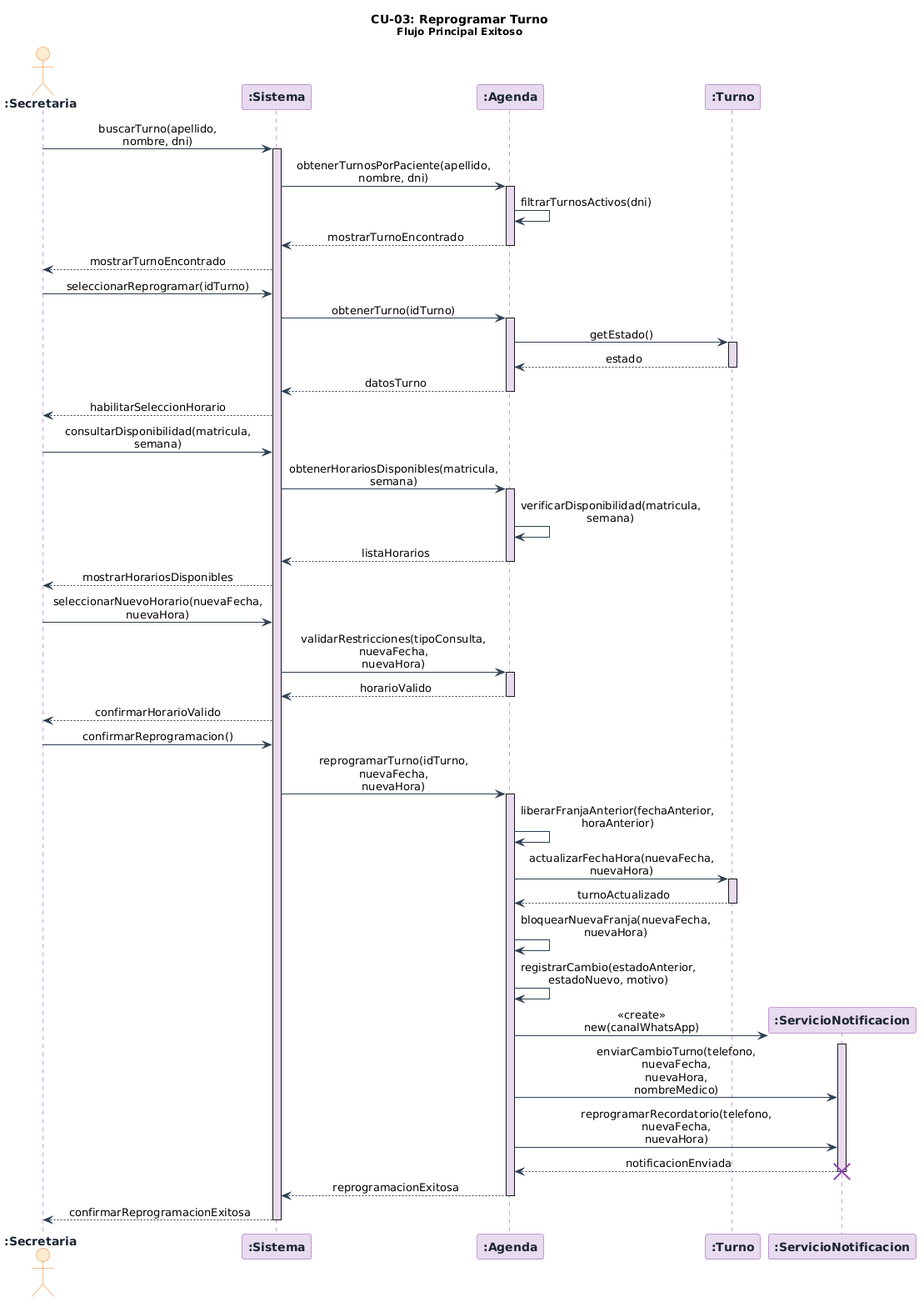
Earlier version of the PlantUML export diagramas/05-diagramas-secuencia/05-secuencia-cu-reprogramar-turno-reprogramar-turno-flujo-principal-03.png (angelgc9107-lgtm/SistemaTurnosMedicos_GP6). Source of this version:
```plantuml
@startuml
skinparam sequenceMessageAlign center
skinparam responseMessageBelowArrow true
skinparam maxMessageSize 160
skinparam sequence {
    ArrowColor          #2C3E50
    LifeLineBorderColor #8E44AD
    LifeLineBackgroundColor #E8DAEF
    BoxBackgroundColor  #FDFEFE
    BoxBorderColor      #2C3E50
}
skinparam participant {
    BackgroundColor #E8DAEF
    BorderColor     #8E44AD
    FontColor       #1A252F
    FontStyle       bold
}
skinparam actor {
    BackgroundColor #FDEBD0
    BorderColor     #E67E22
    FontColor       #1A252F
    FontStyle       bold
}

title **CU-03: Reprogramar Turno**\n<size:12>Flujo Principal Exitoso</size>

actor       ":Secretaria"               as secretaria
participant ":Sistema"                  as sistema
participant ":Agenda"                   as agenda
participant ":Turno"                    as turno
participant ":ServicioNotificacion"     as svcNotificacion

secretaria  ->  sistema             : buscarTurno(apellido, nombre, dni)
activate sistema
sistema     ->  agenda              : obtenerTurnosPorPaciente(apellido, nombre, dni)
activate agenda
agenda      ->  agenda              : filtrarTurnosActivos(dni)
agenda      -->  sistema            : mostrarTurnoEncontrado
deactivate agenda
sistema     -->  secretaria         : mostrarTurnoEncontrado

secretaria  ->  sistema             : seleccionarReprogramar(idTurno)
sistema     ->  agenda              : obtenerTurno(idTurno)
activate agenda
agenda      ->  turno               : getEstado()
activate turno
turno       -->  agenda             : estado
deactivate turno
agenda      -->  sistema            : datosTurno
deactivate agenda
sistema     -->  secretaria         : habilitarSeleccionHorario

secretaria  ->  sistema             : consultarDisponibilidad(matricula, semana)
sistema     ->  agenda              : obtenerHorariosDisponibles(matricula, semana)
activate agenda
agenda      ->  agenda              : verificarDisponibilidad(matricula, semana)
agenda      -->  sistema            : listaHorarios
deactivate agenda
sistema     -->  secretaria         : mostrarHorariosDisponibles

secretaria  ->  sistema             : seleccionarNuevoHorario(nuevaFecha, nuevaHora)
sistema     ->  agenda              : validarRestricciones(tipoConsulta, nuevaFecha, nuevaHora)
activate agenda
agenda      -->  sistema            : horarioValido
deactivate agenda
sistema     -->  secretaria         : confirmarHorarioValido

secretaria  ->  sistema             : confirmarReprogramacion()
sistema     ->  agenda              : reprogramarTurno(idTurno, nuevaFecha, nuevaHora)
activate agenda

agenda      ->  agenda              : liberarFranjaAnterior(fechaAnterior, horaAnterior)

agenda      ->  turno               : actualizarFechaHora(nuevaFecha, nuevaHora)
activate turno
turno       -->  agenda             : turnoActualizado
deactivate turno
agenda      ->  agenda              : bloquearNuevaFranja(nuevaFecha, nuevaHora)

agenda      ->  agenda              : registrarCambio(estadoAnterior,\nestadoNuevo, motivo)

create svcNotificacion
agenda      ->  svcNotificacion     : <<create>>\nnew(canalWhatsApp)
activate svcNotificacion
agenda      ->  svcNotificacion     : enviarCambioTurno(telefono, nuevaFecha,\nnuevaHora, nombreMedico)
agenda      ->  svcNotificacion     : reprogramarRecordatorio(telefono,\nnuevaFecha, nuevaHora)
svcNotificacion -->  agenda         : notificacionEnviada
destroy svcNotificacion
deactivate svcNotificacion

agenda      -->  sistema            : reprogramacionExitosa
deactivate agenda

sistema     -->  secretaria         : confirmarReprogramacionExitosa
deactivate sistema
@enduml
```
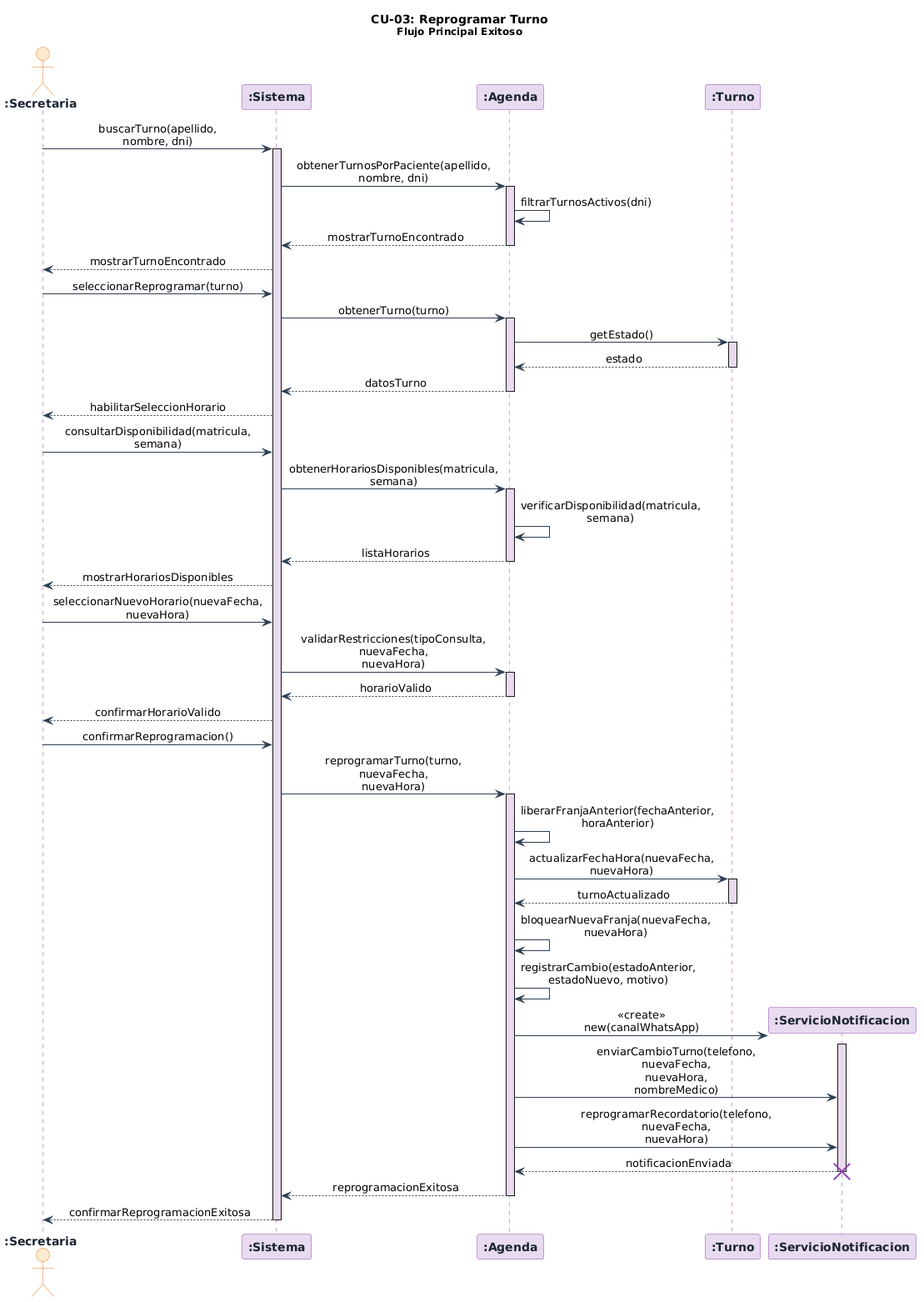
After the commit.

Commit message:
Commi - corrección de idTurno en diagrama de secuencia

Diff of the diagram source:
```diff
@@ -39,8 +39,8 @@
 deactivate agenda
 sistema     -->  secretaria         : mostrarTurnoEncontrado
 
-secretaria  ->  sistema             : seleccionarReprogramar(idTurno)
-sistema     ->  agenda              : obtenerTurno(idTurno)
+secretaria  ->  sistema             : seleccionarReprogramar(turno)
+sistema     ->  agenda              : obtenerTurno(turno)
 activate agenda
 agenda      ->  turno               : getEstado()
 activate turno
@@ -66,7 +66,7 @@
 sistema     -->  secretaria         : confirmarHorarioValido
 
 secretaria  ->  sistema             : confirmarReprogramacion()
-sistema     ->  agenda              : reprogramarTurno(idTurno, nuevaFecha, nuevaHora)
+sistema     ->  agenda              : reprogramarTurno(turno, nuevaFecha, nuevaHora)
 activate agenda
 
 agenda      ->  agenda              : liberarFranjaAnterior(fechaAnterior, horaAnterior)
```
